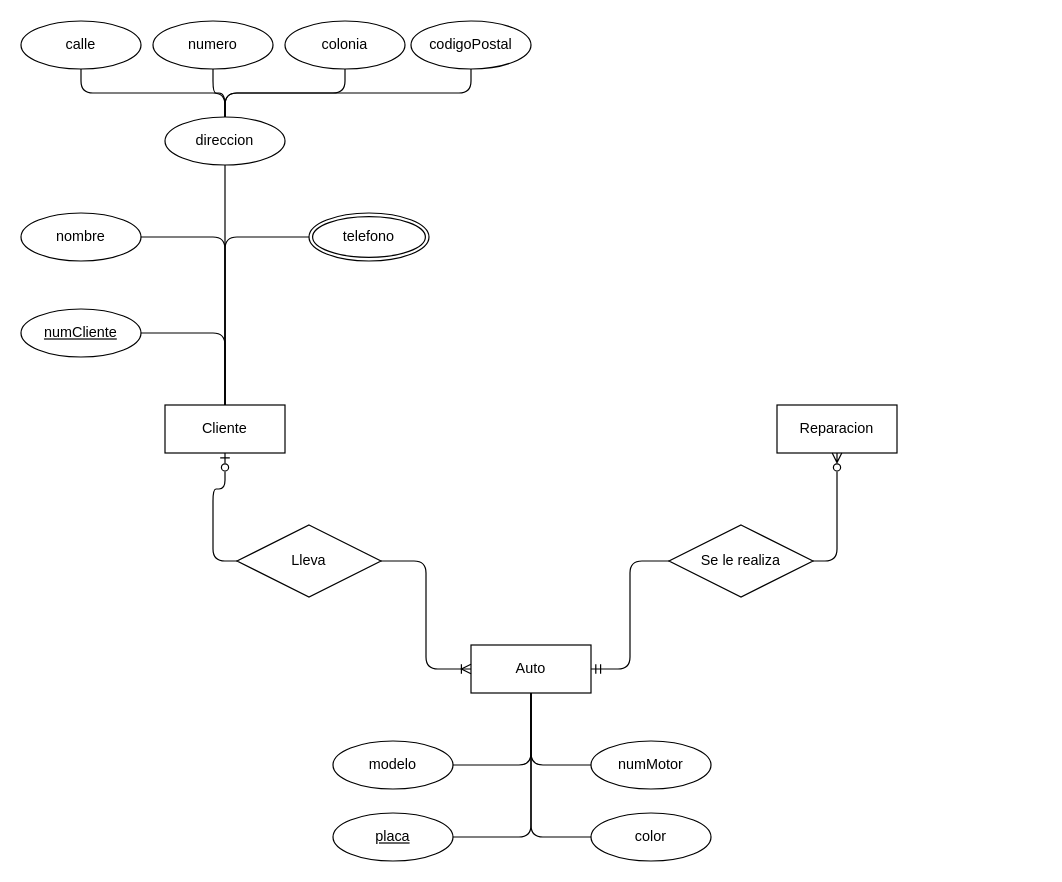
xmr-p/DatabaseCharts keeps this draw.io diagram as Activity2-4.drawio. Above is the earlier version. Source tidied: cells renumbered, new cells numbered last; positions are measured from the earlier drawing's top-left corner, leaving out a move shared by most shapes. Both pictures are drawn from the tidied source at 120%, with x=0, y=0 at pixel (20, 20).
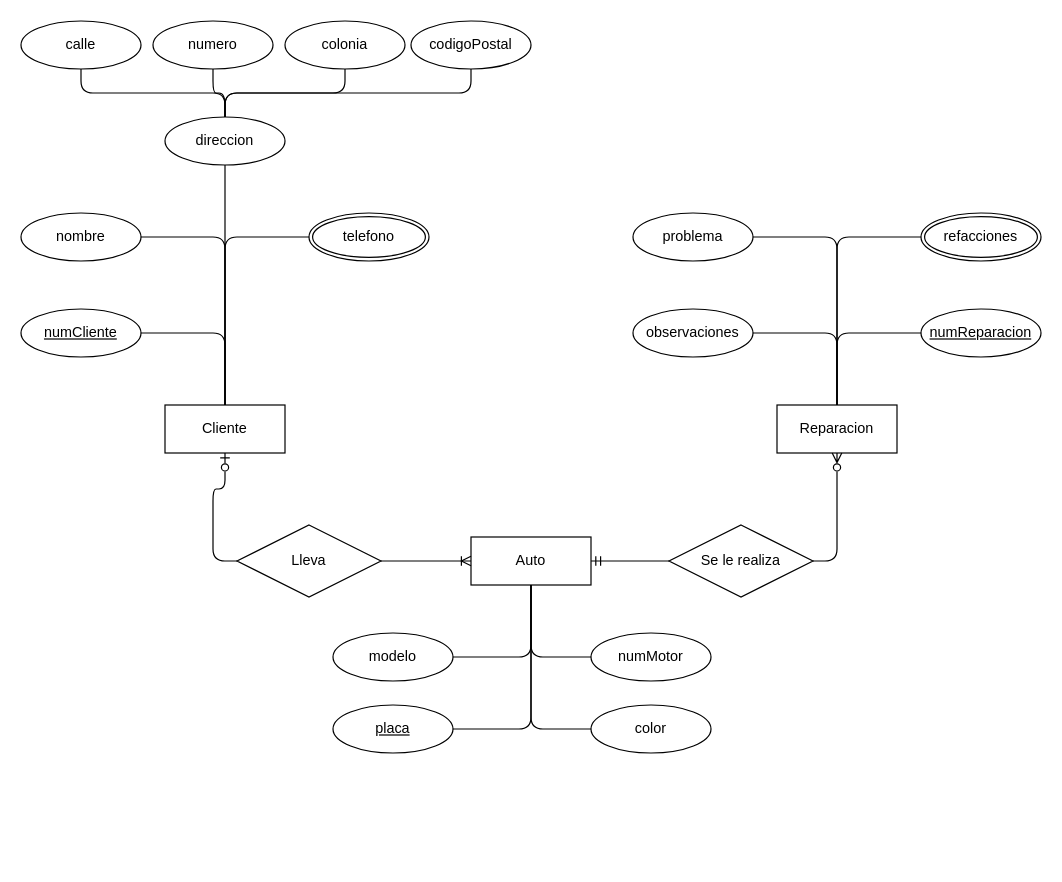
Above is the later version.

Unchanged cells that the change refers to:
```xml
<mxCell id="8" value="Reparacion" style="whiteSpace=wrap;html=1;align=center;" parent="1" vertex="1">
  <mxGeometry x="630" y="320" width="100" height="40" as="geometry" />
</mxCell>
```

Diff of the diagram source:
```diff
@@
     <mxCell id="7" value="Auto" style="whiteSpace=wrap;html=1;align=center;" parent="1" vertex="1">
-      <mxGeometry x="375" y="520" width="100" height="40" as="geometry" />
+      <mxGeometry x="375" y="430" width="100" height="40" as="geometry" />
     </mxCell>
+    <mxCell id="35" style="edgeStyle=orthogonalEdgeStyle;rounded=1;jettySize=auto;html=1;exitX=0.5;exitY=0;exitDx=0;exitDy=0;entryX=1;entryY=0.5;entryDx=0;entryDy=0;curved=0;endArrow=none;endFill=0;" parent="1" edge="1" source="8" target="42">
+      <mxGeometry relative="1" as="geometry" />
+    </mxCell>
+    <mxCell id="36" style="edgeStyle=orthogonalEdgeStyle;rounded=1;jettySize=auto;html=1;exitX=0.5;exitY=0;exitDx=0;exitDy=0;entryX=0;entryY=0.5;entryDx=0;entryDy=0;curved=0;endArrow=none;endFill=0;" parent="1" edge="1" source="8" target="39">
+      <mxGeometry relative="1" as="geometry" />
+    </mxCell>
+    <mxCell id="37" style="edgeStyle=orthogonalEdgeStyle;rounded=1;jettySize=auto;html=1;exitX=0.5;exitY=0;exitDx=0;exitDy=0;entryX=1;entryY=0.5;entryDx=0;entryDy=0;curved=0;endArrow=none;endFill=0;" parent="1" edge="1" source="8" target="41">
+      <mxGeometry relative="1" as="geometry" />
+    </mxCell>
+    <mxCell id="38" style="edgeStyle=orthogonalEdgeStyle;rounded=1;jettySize=auto;html=1;exitX=0.5;exitY=0;exitDx=0;exitDy=0;entryX=0;entryY=0.5;entryDx=0;entryDy=0;curved=0;endArrow=none;endFill=0;" parent="1" edge="1" source="8" target="40">
+      <mxGeometry relative="1" as="geometry" />
+    </mxCell>
@@
     <mxCell id="31" value="placa" style="ellipse;whiteSpace=wrap;html=1;align=center;fontStyle=4;" parent="1" vertex="1">
-      <mxGeometry x="260" y="660" width="100" height="40" as="geometry" />
+      <mxGeometry x="260" y="570" width="100" height="40" as="geometry" />
     </mxCell>
     <mxCell id="32" value="numMotor" style="ellipse;whiteSpace=wrap;html=1;align=center;" parent="1" vertex="1">
-      <mxGeometry x="475" y="600" width="100" height="40" as="geometry" />
+      <mxGeometry x="475" y="510" width="100" height="40" as="geometry" />
     </mxCell>
     <mxCell id="33" value="color" style="ellipse;whiteSpace=wrap;html=1;align=center;" parent="1" vertex="1">
-      <mxGeometry x="475" y="660" width="100" height="40" as="geometry" />
+      <mxGeometry x="475" y="570" width="100" height="40" as="geometry" />
     </mxCell>
     <mxCell id="34" value="modelo" style="ellipse;whiteSpace=wrap;html=1;align=center;" parent="1" vertex="1">
-      <mxGeometry x="260" y="600" width="100" height="40" as="geometry" />
+      <mxGeometry x="260" y="510" width="100" height="40" as="geometry" />
     </mxCell>
+    <mxCell id="39" value="numReparacion" style="ellipse;whiteSpace=wrap;html=1;align=center;fontStyle=4;" parent="1" vertex="1">
+      <mxGeometry x="750" y="240" width="100" height="40" as="geometry" />
+    </mxCell>
+    <mxCell id="40" value="refacciones" style="ellipse;shape=doubleEllipse;margin=3;whiteSpace=wrap;html=1;align=center;" parent="1" vertex="1">
+      <mxGeometry x="750" y="160" width="100" height="40" as="geometry" />
+    </mxCell>
+    <mxCell id="41" value="problema" style="ellipse;whiteSpace=wrap;html=1;align=center;" parent="1" vertex="1">
+      <mxGeometry x="510" y="160" width="100" height="40" as="geometry" />
+    </mxCell>
+    <mxCell id="42" value="observaciones" style="ellipse;whiteSpace=wrap;html=1;align=center;" parent="1" vertex="1">
+      <mxGeometry x="510" y="240" width="100" height="40" as="geometry" />
+    </mxCell>
```
